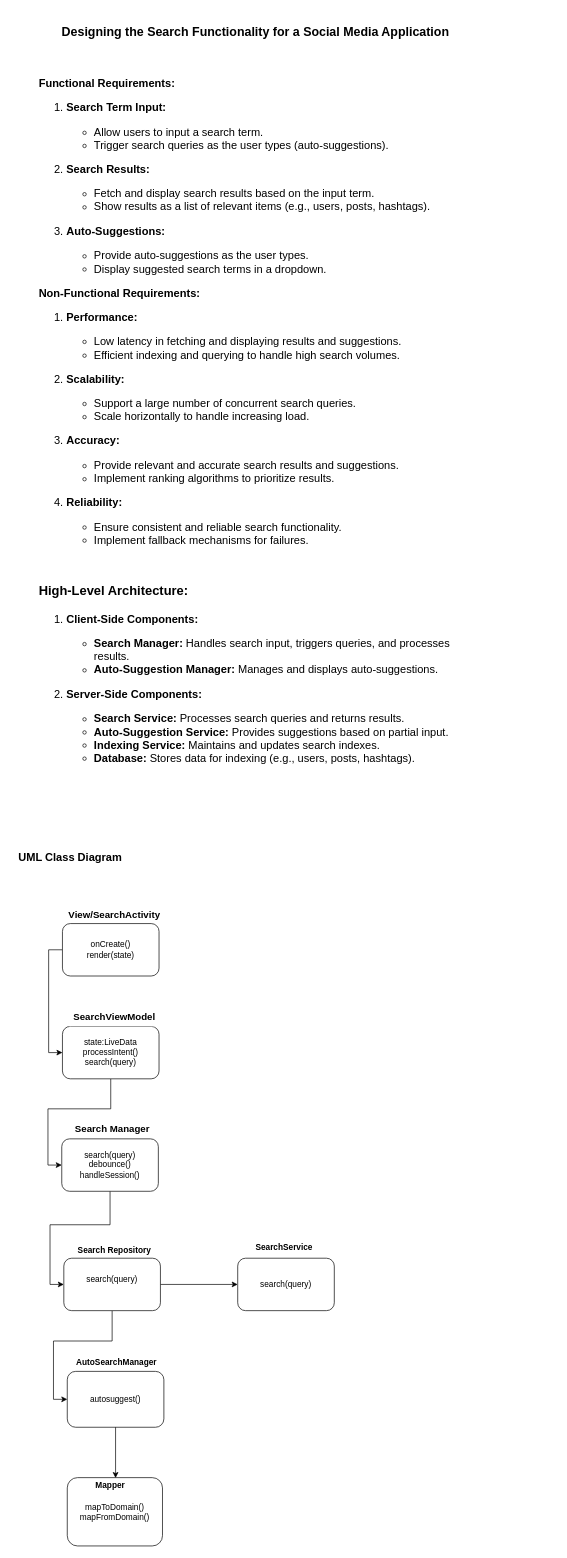
Earlier version of the draw.io diagram Search Desinge.drawio (kanujgit/Android-System-Designe). Source tidied: cells renumbered, new cells numbered last; positions are measured from the earlier drawing's top-left corner, leaving out a move shared by most shapes. Both pictures are drawn from the tidied source at 69%, with x=0, y=0 at pixel (12, 21).
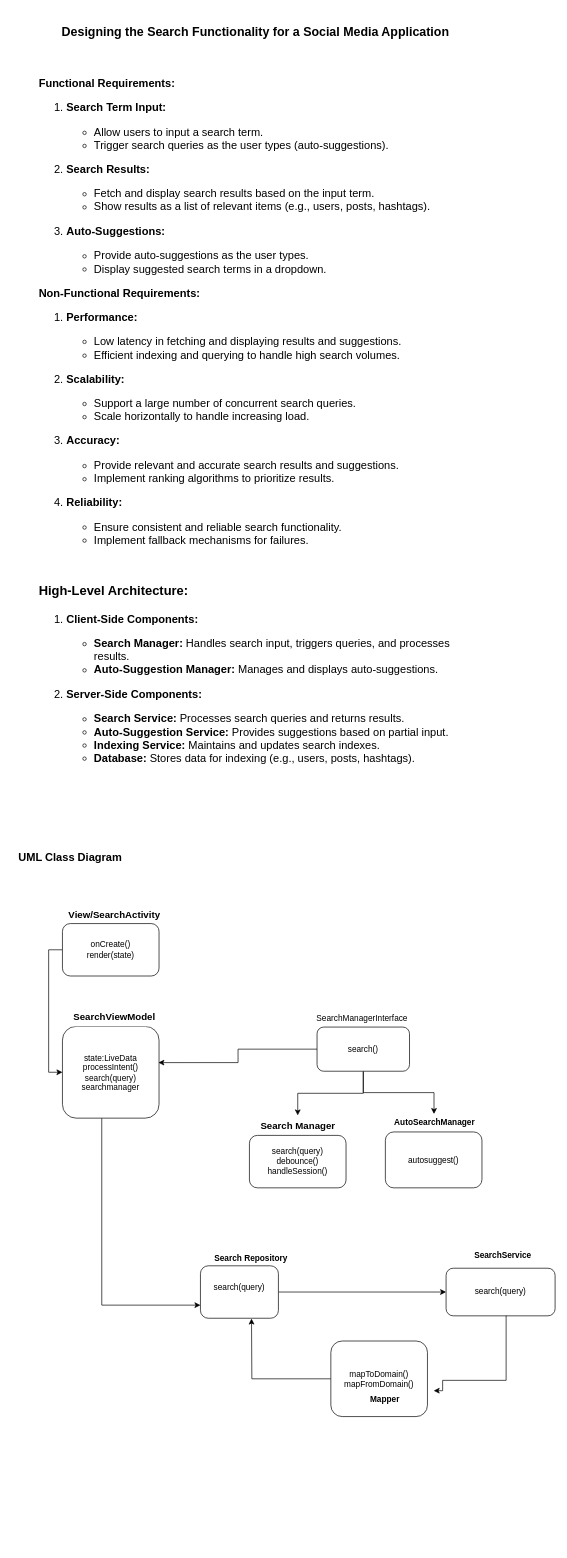
Above is the later version.

Change to the diagram source:
```diff
@@
-    <mxCell id="8" style="edgeStyle=orthogonalEdgeStyle;rounded=0;jettySize=auto;html=1;entryX=0;entryY=0.5;entryDx=0;entryDy=0;" parent="1" edge="1" source="9" target="12">
-      <mxGeometry relative="1" as="geometry" />
-    </mxCell>
+    <mxCell id="25" style="edgeStyle=orthogonalEdgeStyle;rounded=0;jettySize=auto;html=1;entryX=0;entryY=0.75;entryDx=0;entryDy=0;exitX=0.407;exitY=0.996;exitDx=0;exitDy=0;exitPerimeter=0;" parent="1" edge="1" source="9" target="16">
+      <mxGeometry relative="1" as="geometry" />
+    </mxCell>
-    <mxCell id="9" value="state:LiveData&lt;div&gt;processIntent()&lt;/div&gt;&lt;div&gt;search(query)&lt;/div&gt;" style="rounded=1;whiteSpace=wrap;html=1;" parent="1" vertex="1">
-      <mxGeometry x="73" y="1456" width="140" height="76" as="geometry" />
+    <mxCell id="9" value="state:LiveData&lt;div&gt;processIntent()&lt;/div&gt;&lt;div&gt;search(query)&lt;/div&gt;&lt;div&gt;searchmanager&lt;/div&gt;" style="rounded=1;whiteSpace=wrap;html=1;" parent="1" vertex="1">
+      <mxGeometry x="73" y="1456" width="140" height="133" as="geometry" />
     </mxCell>
@@
-    <mxCell id="11" style="edgeStyle=orthogonalEdgeStyle;rounded=0;jettySize=auto;html=1;entryX=0;entryY=0.5;entryDx=0;entryDy=0;" parent="1" edge="1" source="12" target="16">
-      <mxGeometry relative="1" as="geometry" />
-    </mxCell>
     <mxCell id="12" value="&lt;div&gt;search(query)&lt;/div&gt;&lt;div&gt;debounce()&lt;/div&gt;&lt;div&gt;handleSession()&lt;/div&gt;" style="rounded=1;whiteSpace=wrap;html=1;" parent="1" vertex="1">
-      <mxGeometry x="72" y="1619" width="140" height="76" as="geometry" />
+      <mxGeometry x="344" y="1614" width="140" height="76" as="geometry" />
     </mxCell>
     <mxCell id="13" value="&lt;b&gt;&lt;font style=&quot;font-size: 14px;&quot;&gt;Search Manager&lt;/font&gt;&lt;/b&gt;" style="text;html=1;align=center;verticalAlign=middle;points=[];strokeColor=none;fillColor=none;" parent="1" vertex="1">
-      <mxGeometry x="82" y="1590" width="126" height="29" as="geometry" />
+      <mxGeometry x="351" y="1585" width="126" height="29" as="geometry" />
     </mxCell>
@@
-    <mxCell id="15" style="edgeStyle=orthogonalEdgeStyle;rounded=0;jettySize=auto;html=1;entryX=0;entryY=0.5;entryDx=0;entryDy=0;" parent="1" edge="1" source="16" target="20">
-      <mxGeometry relative="1" as="geometry" />
-    </mxCell>
     <mxCell id="16" value="&lt;div&gt;search(query)&lt;/div&gt;&lt;div&gt;&lt;br&gt;&lt;/div&gt;" style="rounded=1;whiteSpace=wrap;html=1;" parent="1" vertex="1">
-      <mxGeometry x="75" y="1792" width="140" height="76" as="geometry" />
+      <mxGeometry x="273" y="1803" width="113" height="76" as="geometry" />
     </mxCell>
     <mxCell id="17" value="&lt;b&gt;Search Repository&lt;/b&gt;" style="text;html=1;align=center;verticalAlign=middle;strokeColor=none;fillColor=none;" parent="1" vertex="1">
-      <mxGeometry x="86" y="1768" width="124" height="26" as="geometry" />
+      <mxGeometry x="284" y="1779" width="124" height="26" as="geometry" />
     </mxCell>
+    <mxCell id="26" style="edgeStyle=orthogonalEdgeStyle;rounded=0;jettySize=auto;html=1;exitX=0.57;exitY=0.978;exitDx=0;exitDy=0;exitPerimeter=0;" parent="1" edge="1" source="18">
+      <mxGeometry relative="1" as="geometry">
+        <mxPoint x="611" y="1984" as="targetPoint" />
+        <Array as="points">
+          <mxPoint x="716" y="1969" />
+          <mxPoint x="624" y="1969" />
+          <mxPoint x="624" y="1984" />
+        </Array>
+      </mxGeometry>
+    </mxCell>
     <mxCell id="18" value="&lt;div&gt;search(query)&lt;/div&gt;" style="rounded=1;whiteSpace=wrap;html=1;" parent="1" vertex="1">
-      <mxGeometry x="327" y="1792" width="140" height="76" as="geometry" />
+      <mxGeometry x="629" y="1806.5" width="158" height="69" as="geometry" />
     </mxCell>
     <mxCell id="19" value="&lt;b&gt;SearchService&lt;/b&gt;" style="text;html=1;align=center;verticalAlign=middle;strokeColor=none;fillColor=none;" parent="1" vertex="1">
-      <mxGeometry x="343" y="1764" width="101" height="26" as="geometry" />
+      <mxGeometry x="660" y="1775" width="101" height="26" as="geometry" />
     </mxCell>
     <mxCell id="20" value="&lt;div&gt;autosuggest()&lt;/div&gt;" style="rounded=1;whiteSpace=wrap;html=1;" parent="1" vertex="1">
-      <mxGeometry x="80" y="1956" width="140" height="81" as="geometry" />
+      <mxGeometry x="541" y="1609" width="140" height="81" as="geometry" />
     </mxCell>
     <mxCell id="21" value="&lt;b&gt;AutoSearchManager&lt;/b&gt;" style="text;html=1;align=center;verticalAlign=middle;points=[];strokeColor=none;fillColor=none;" parent="1" vertex="1">
-      <mxGeometry x="83" y="1930" width="135" height="26" as="geometry" />
+      <mxGeometry x="544" y="1583" width="135" height="26" as="geometry" />
     </mxCell>
+    <mxCell id="27" style="edgeStyle=orthogonalEdgeStyle;rounded=0;jettySize=auto;html=1;" parent="1" edge="1" source="22">
+      <mxGeometry relative="1" as="geometry">
+        <mxPoint x="347" y="1879.5" as="targetPoint" />
+      </mxGeometry>
+    </mxCell>
     <mxCell id="22" value="mapToDomain() mapFromDomain()" style="rounded=1;whiteSpace=wrap;html=1;" parent="1" vertex="1">
-      <mxGeometry x="80" y="2110" width="138" height="99" as="geometry" />
+      <mxGeometry x="462" y="1912" width="140" height="109.5" as="geometry" />
     </mxCell>
     <mxCell id="23" value="&lt;b&gt;Mapper&lt;/b&gt;" style="text;html=1;align=center;verticalAlign=middle;points=[];strokeColor=none;fillColor=none;" parent="1" vertex="1">
-      <mxGeometry x="111.5" y="2108" width="61" height="26" as="geometry" />
+      <mxGeometry x="509.5" y="1984" width="61" height="26" as="geometry" />
     </mxCell>
-    <mxCell id="24" style="edgeStyle=orthogonalEdgeStyle;rounded=0;jettySize=auto;html=1;entryX=0.631;entryY=0.096;entryDx=0;entryDy=0;entryPerimeter=0;" parent="1" edge="1" source="20" target="23">
-      <mxGeometry relative="1" as="geometry" />
-    </mxCell>
+    <mxCell id="28" style="edgeStyle=orthogonalEdgeStyle;rounded=0;jettySize=auto;html=1;exitX=0.5;exitY=1;exitDx=0;exitDy=0;" parent="1" edge="1" source="30" target="13">
+      <mxGeometry relative="1" as="geometry" />
+    </mxCell>
+    <mxCell id="29" style="edgeStyle=orthogonalEdgeStyle;rounded=0;jettySize=auto;html=1;" parent="1" edge="1" source="30" target="21">
+      <mxGeometry relative="1" as="geometry" />
+    </mxCell>
+    <mxCell id="30" value="search()" style="rounded=1;whiteSpace=wrap;html=1;" parent="1" vertex="1">
+      <mxGeometry x="442" y="1457" width="134" height="64" as="geometry" />
+    </mxCell>
+    <mxCell id="31" value="SearchManagerInterface" style="text;html=1;align=center;verticalAlign=middle;strokeColor=none;fillColor=none;" parent="1" vertex="1">
+      <mxGeometry x="432" y="1431" width="150" height="26" as="geometry" />
+    </mxCell>
+    <mxCell id="32" style="edgeStyle=orthogonalEdgeStyle;rounded=0;jettySize=auto;html=1;entryX=0.993;entryY=0.395;entryDx=0;entryDy=0;entryPerimeter=0;" parent="1" edge="1" source="30" target="9">
+      <mxGeometry relative="1" as="geometry" />
+    </mxCell>
```
